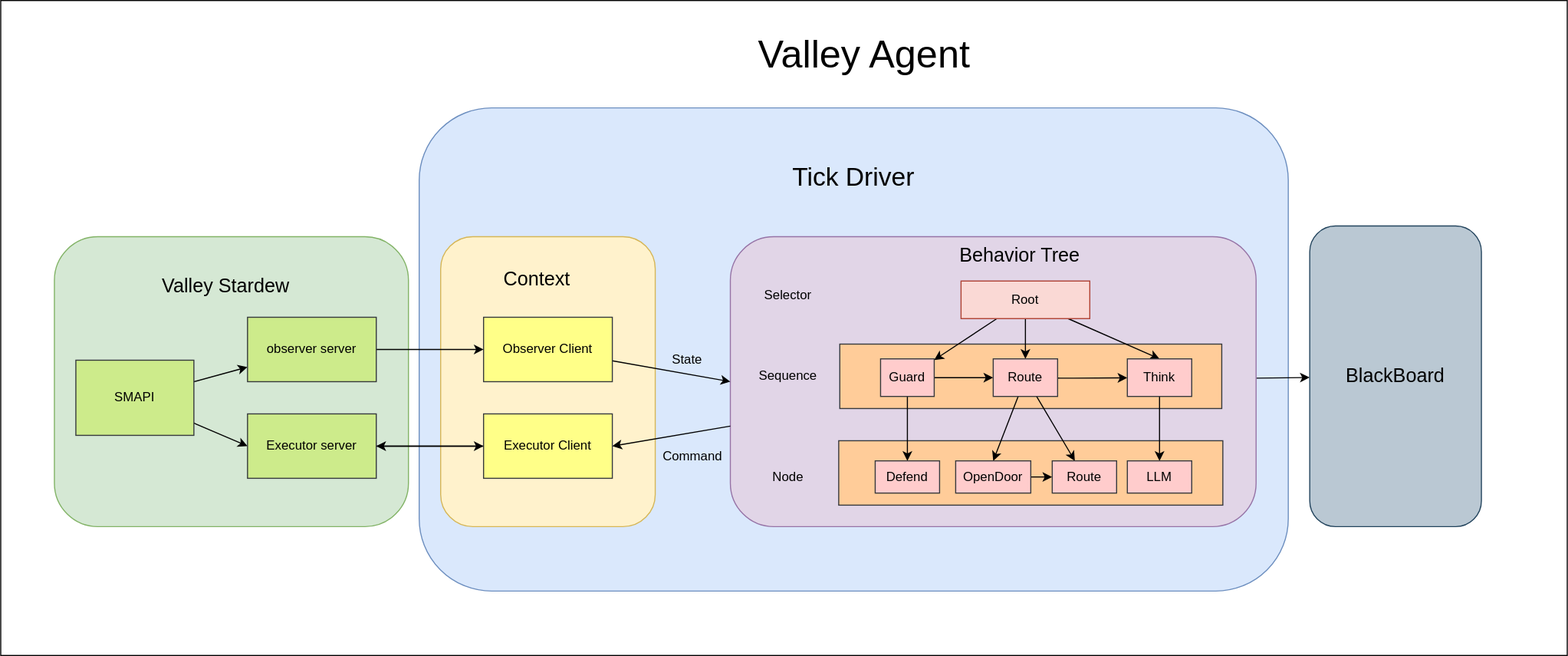
Before: docs/structure.drawio.svg, a diagram exported from draw.io (lct01lct/valley-agent). Source tidied: cells renumbered, new cells last; positions are measured from the earlier drawing's top-left corner, leaving out a move shared by most shapes.
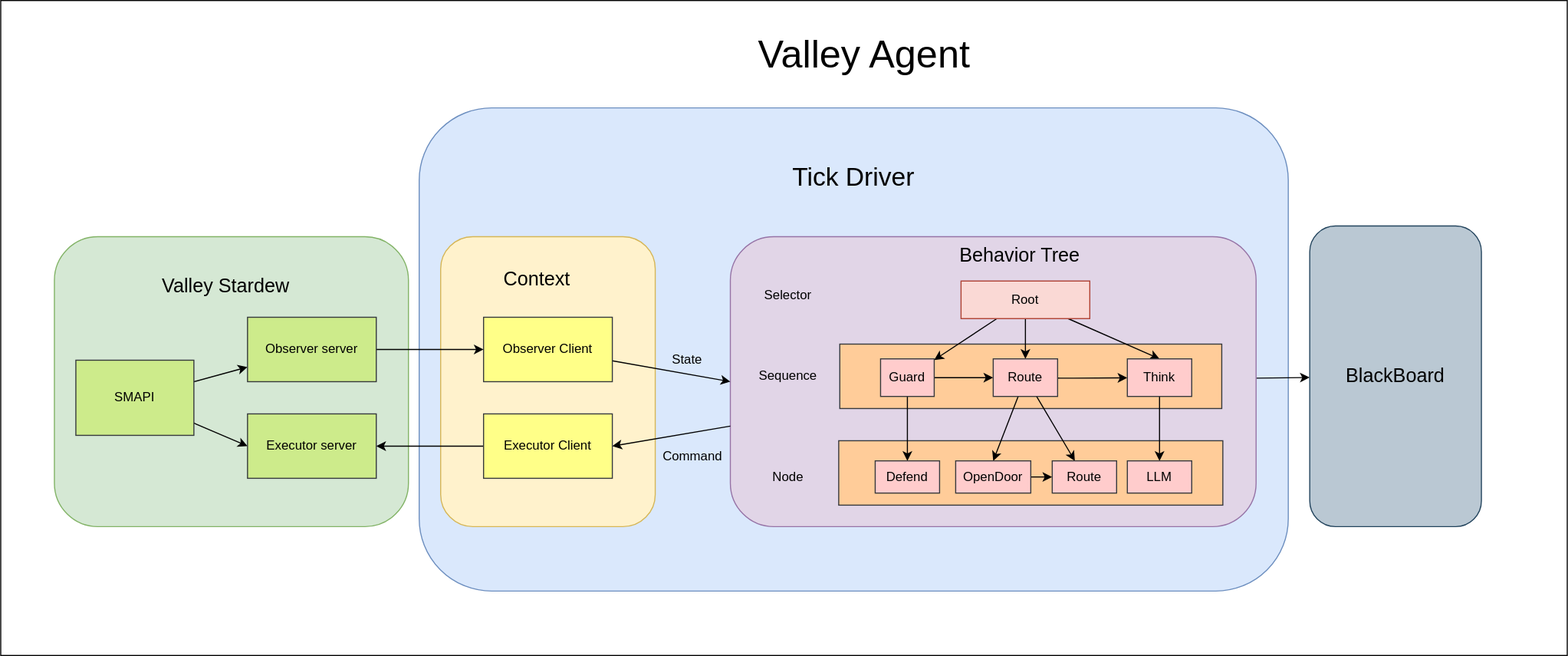
Above is the later version.

Change to the diagram source:
```diff
@@ -50,12 +50,9 @@
     <mxCell id="17" style="edgeStyle=none;html=1;" parent="1" edge="1" source="18" target="9">
       <mxGeometry relative="1" as="geometry" />
     </mxCell>
-    <mxCell id="18" value="observer server" style="rounded=0;whiteSpace=wrap;html=1;fillColor=#cdeb8b;strokeColor=#36393d;" parent="1" vertex="1">
+    <mxCell id="18" value="Observer server" style="rounded=0;whiteSpace=wrap;html=1;fillColor=#cdeb8b;strokeColor=#36393d;" parent="1" vertex="1">
       <mxGeometry x="230" y="295" width="120" height="60" as="geometry" />
     </mxCell>
-    <mxCell id="19" style="edgeStyle=none;html=1;entryX=0;entryY=0.5;entryDx=0;entryDy=0;" parent="1" edge="1" source="20" target="13">
-      <mxGeometry relative="1" as="geometry" />
-    </mxCell>
     <mxCell id="20" value="Executor server" style="rounded=0;whiteSpace=wrap;html=1;fillColor=#cdeb8b;strokeColor=#36393d;" parent="1" vertex="1">
       <mxGeometry x="230" y="385" width="120" height="60" as="geometry" />
     </mxCell>
```
